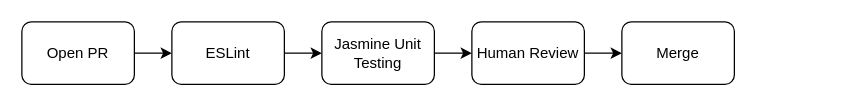
The draw.io diagram docs/decisions/workflow.drawio in cse110-sp26-group23/cse110-sp26-group23, before the edit. Source tidied: cells renumbered, new cells numbered last; positions are measured from the earlier drawing's top-left corner, leaving out a move shared by most shapes. Both pictures are drawn from the tidied source at 125%, with x=0, y=0 at pixel (21, 21).
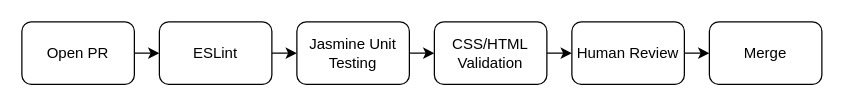
Above is the later version.

Commit message (it also covers changes not shown here):
Update workflow diagram to include validation step

Diff of the diagram source:
```diff
@@
 <mxGraphModel>
   <root>
     <mxCell id="0" />
     <mxCell id="1" parent="0" />
     <mxCell id="2" style="edgeStyle=none;html=1;" parent="1" edge="1" source="3" target="5">
       <mxGeometry relative="1" as="geometry" />
     </mxCell>
     <mxCell id="3" value="Open PR" style="rounded=1;whiteSpace=wrap;html=1;" parent="1" vertex="1">
       <mxGeometry width="90" height="50" as="geometry" />
     </mxCell>
     <mxCell id="4" style="edgeStyle=none;html=1;" parent="1" edge="1" source="5" target="7">
       <mxGeometry relative="1" as="geometry" />
     </mxCell>
     <mxCell id="5" value="ESLint" style="rounded=1;whiteSpace=wrap;html=1;" parent="1" vertex="1">
-      <mxGeometry x="120" width="90" height="50" as="geometry" />
+      <mxGeometry x="110" width="90" height="50" as="geometry" />
     </mxCell>
-    <mxCell id="6" style="edgeStyle=none;html=1;" parent="1" edge="1" source="7" target="9">
+    <mxCell id="6" style="edgeStyle=none;html=1;entryX=0;entryY=0.5;entryDx=0;entryDy=0;" parent="1" edge="1" source="7" target="12">
       <mxGeometry relative="1" as="geometry" />
     </mxCell>
     <mxCell id="7" value="Jasmine Unit Testing" style="rounded=1;whiteSpace=wrap;html=1;" parent="1" vertex="1">
-      <mxGeometry x="240" width="90" height="50" as="geometry" />
+      <mxGeometry x="220" width="90" height="50" as="geometry" />
     </mxCell>
     <mxCell id="8" style="edgeStyle=none;html=1;" parent="1" edge="1" source="9" target="10">
       <mxGeometry relative="1" as="geometry" />
     </mxCell>
     <mxCell id="9" value="Human Review" style="rounded=1;whiteSpace=wrap;html=1;" parent="1" vertex="1">
-      <mxGeometry x="360" width="90" height="50" as="geometry" />
+      <mxGeometry x="440" width="90" height="50" as="geometry" />
     </mxCell>
     <mxCell id="10" value="Merge" style="rounded=1;whiteSpace=wrap;html=1;" parent="1" vertex="1">
-      <mxGeometry x="480" width="90" height="50" as="geometry" />
+      <mxGeometry x="550" width="90" height="50" as="geometry" />
     </mxCell>
+    <mxCell id="11" style="edgeStyle=none;html=1;" parent="1" edge="1" source="12" target="9">
+      <mxGeometry relative="1" as="geometry" />
+    </mxCell>
+    <mxCell id="12" value="CSS/HTML Validation" style="rounded=1;whiteSpace=wrap;html=1;" parent="1" vertex="1">
+      <mxGeometry x="330" width="90" height="50" as="geometry" />
+    </mxCell>
   </root>
 </mxGraphModel>
```
